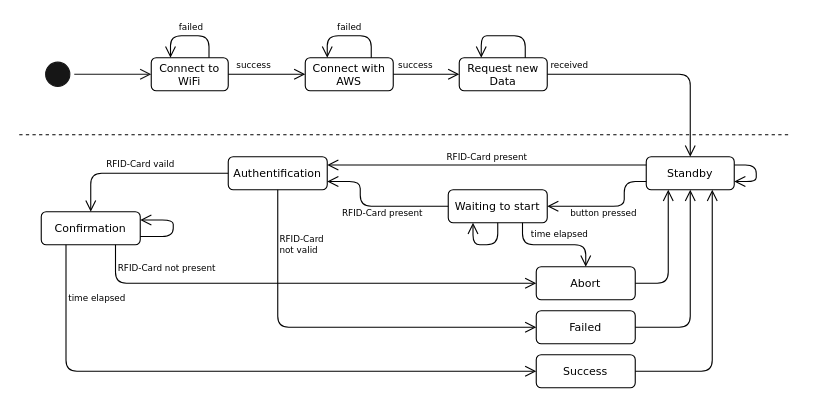
Above: docs/assets/models/seq_mc_interaction.drawio in finnge/iot-service-button (draw.io), before the change. Source tidied: cells renumbered, new cells numbered last; positions are measured from the earlier drawing's top-left corner, leaving out a move shared by most shapes. Both pictures are drawn from the tidied source at 110%, with x=0, y=0 at pixel (-735, 35).
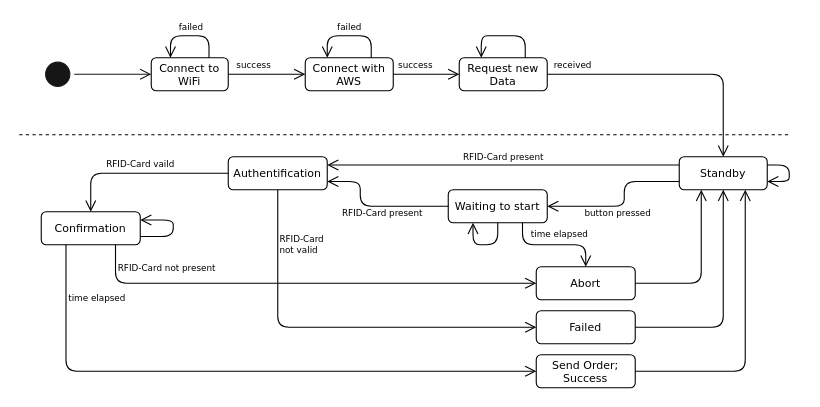
The same diagram, later.

The change refers to these unchanged cells:
```xml
<mxCell id="12" value="&lt;span style=&quot;line-height: 100%&quot;&gt;Request new Data&lt;/span&gt;" style="rounded=1;verticalAlign=middle;labelPosition=center;verticalLabelPosition=middle;align=center;labelBorderColor=none;whiteSpace=wrap;fontFamily=Verdana;html=1;fontSize=10;fillColor=none;" parent="1" vertex="1">
  <mxGeometry x="1085" y="20" width="80" height="30" as="geometry" />
</mxCell>
```

Diff of the diagram source:
```diff
@@
     <mxCell id="11" value="received" style="edgeStyle=orthogonalEdgeStyle;rounded=1;sketch=0;jumpStyle=none;jettySize=auto;html=1;startArrow=none;startFill=0;startSize=8;endArrow=open;endFill=0;endSize=8;targetPerimeterSpacing=0;strokeWidth=1;fontFamily=Verdana;fontSize=8;labelPosition=center;verticalLabelPosition=top;align=center;verticalAlign=bottom;entryX=0.5;entryY=0;entryDx=0;entryDy=0;" parent="1" edge="1" source="12" target="19">
       <mxGeometry x="-0.8" relative="1" as="geometry">
         <Array as="points">
-          <mxPoint x="1295" y="35" />
+          <mxPoint x="1325" y="35" />
         </Array>
       </mxGeometry>
     </mxCell>
@@
     <mxCell id="18" style="edgeStyle=orthogonalEdgeStyle;rounded=1;sketch=0;jumpStyle=none;orthogonalLoop=1;jettySize=auto;html=1;startArrow=none;startFill=0;startSize=8;endArrow=open;endFill=0;endSize=8;targetPerimeterSpacing=0;strokeColor=#000000;strokeWidth=1;fontFamily=Verdana;fontSize=8;exitX=1;exitY=0.25;exitDx=0;exitDy=0;entryX=1;entryY=0.75;entryDx=0;entryDy=0;" parent="1" edge="1" source="19" target="19">
       <mxGeometry relative="1" as="geometry">
         <Array as="points">
-          <mxPoint x="1355" y="117" />
-          <mxPoint x="1355" y="133" />
+          <mxPoint x="1385" y="118" />
+          <mxPoint x="1385" y="133" />
         </Array>
       </mxGeometry>
     </mxCell>
     <mxCell id="19" value="&lt;span style=&quot;line-height: 100%&quot;&gt;Standby&lt;/span&gt;" style="rounded=1;verticalAlign=middle;labelPosition=center;verticalLabelPosition=middle;align=center;labelBorderColor=none;whiteSpace=wrap;fontFamily=Verdana;html=1;fontSize=10;fillColor=none;" parent="1" vertex="1">
-      <mxGeometry x="1255" y="110" width="80" height="30" as="geometry" />
+      <mxGeometry x="1285" y="110" width="80" height="30" as="geometry" />
     </mxCell>
@@
-    <mxCell id="36" value="&lt;span style=&quot;line-height: 100%&quot;&gt;Success&lt;/span&gt;" style="rounded=1;verticalAlign=middle;labelPosition=center;verticalLabelPosition=middle;align=center;labelBorderColor=none;whiteSpace=wrap;fontFamily=Verdana;html=1;fontSize=10;fillColor=none;" parent="1" vertex="1">
+    <mxCell id="36" value="&lt;span style=&quot;line-height: 100%&quot;&gt;Send Order;&lt;br&gt;Success&lt;br&gt;&lt;/span&gt;" style="rounded=1;verticalAlign=middle;labelPosition=center;verticalLabelPosition=middle;align=center;labelBorderColor=none;whiteSpace=wrap;fontFamily=Verdana;html=1;fontSize=10;fillColor=none;" parent="1" vertex="1">
       <mxGeometry x="1155" y="290" width="90" height="30" as="geometry" />
     </mxCell>
```
